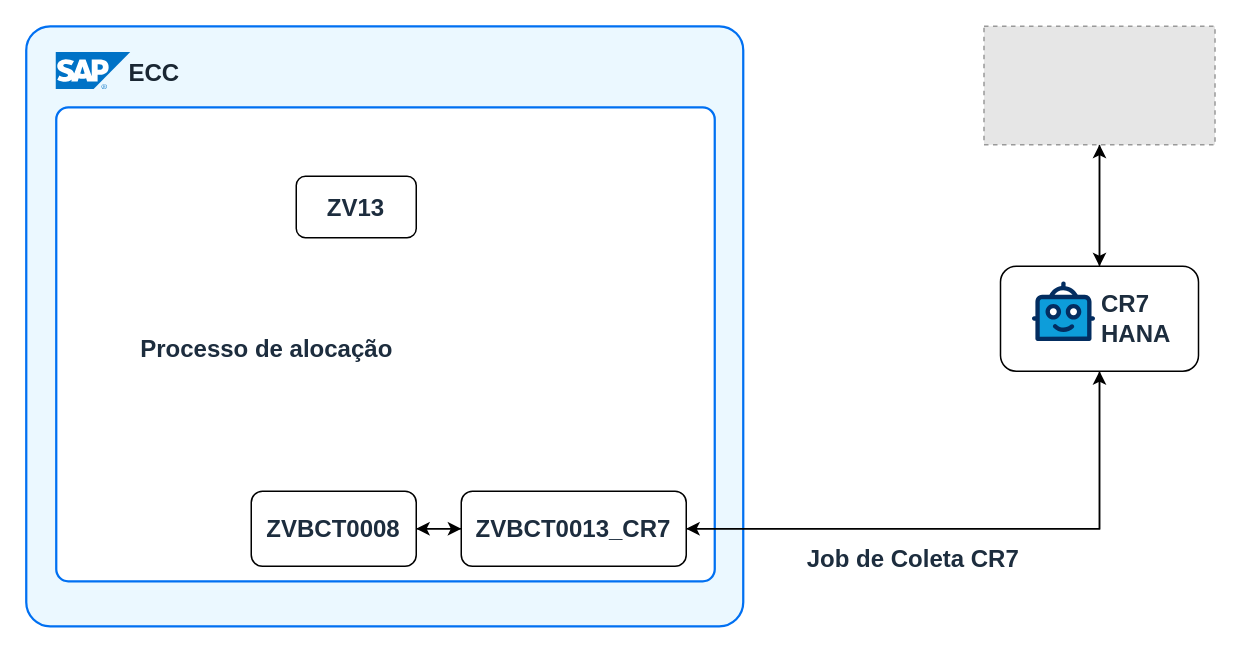
Above: Fluxo estoque peças CR7.drawio in gustavobferro/btp-solution-diagrams (draw.io), before the change. Source tidied: cells renumbered, new cells numbered last; positions are measured from the earlier drawing's top-left corner, leaving out a move shared by most shapes. Both pictures are drawn from the tidied source at 150%, with x=0, y=0 at pixel (26, 26). Pictures stored in the file or linked from it are replaced by grey dashed boxes.
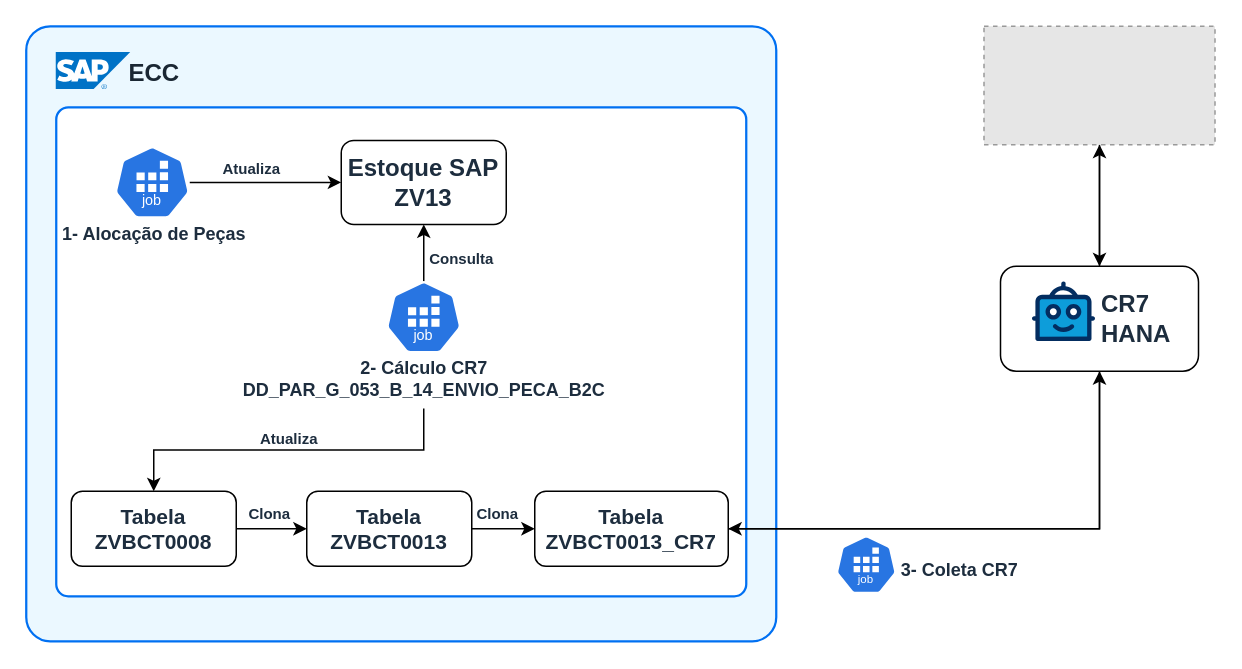
Above is the later version.

Diff of the diagram source:
```diff
@@
     <mxCell id="2" style="rounded=1;whiteSpace=wrap;html=1;strokeColor=#0070F2;fillColor=#EBF8FF;arcSize=32;absoluteArcSize=1;imageWidth=64;imageHeight=64;strokeWidth=1.5;" parent="1" vertex="1">
-      <mxGeometry width="478" height="400" as="geometry" />
+      <mxGeometry width="500" height="410" as="geometry" />
     </mxCell>
     <mxCell id="3" style="rounded=1;whiteSpace=wrap;html=1;strokeColor=#0070F2;strokeWidth=1.5;arcSize=16;fillColor=#FFFFFF;perimeterSpacing=0;absoluteArcSize=1;" parent="1" vertex="1">
-      <mxGeometry x="20" y="54.1" width="439" height="315.9" as="geometry" />
+      <mxGeometry x="20" y="54.1" width="460" height="325.9" as="geometry" />
     </mxCell>
@@
-    <mxCell id="14" style="edgeStyle=orthogonalEdgeStyle;rounded=0;jettySize=auto;html=1;" parent="1" edge="1" source="15" target="19">
-      <mxGeometry relative="1" as="geometry" />
-    </mxCell>
-    <mxCell id="15" value="&lt;b style=&quot;color: rgb(29, 45, 62); font-family: arial; font-size: 16px; text-align: left; text-wrap: nowrap;&quot;&gt;ZVBCT0013_CR7&lt;/b&gt;" style="rounded=1;whiteSpace=wrap;html=1;" parent="1" vertex="1">
-      <mxGeometry x="290" y="310" width="150" height="50" as="geometry" />
+    <mxCell id="15" value="&lt;div style=&quot;font-size: 14px;&quot;&gt;&lt;b style=&quot;color: rgb(29, 45, 62); font-family: arial; text-align: left; text-wrap: nowrap;&quot;&gt;&lt;font style=&quot;font-size: 14px;&quot;&gt;Tabela&lt;/font&gt;&lt;/b&gt;&lt;/div&gt;&lt;b style=&quot;color: rgb(29, 45, 62); font-family: arial; text-align: left; text-wrap: nowrap; font-size: 14px;&quot;&gt;&lt;font style=&quot;font-size: 14px;&quot;&gt;ZVBCT0013_CR7&lt;/font&gt;&lt;/b&gt;" style="rounded=1;whiteSpace=wrap;html=1;" parent="1" vertex="1">
+      <mxGeometry x="339" y="310" width="129" height="50" as="geometry" />
     </mxCell>
-    <mxCell id="16" value="&lt;font size=&quot;1&quot; face=&quot;arial&quot; style=&quot;&quot;&gt;&lt;b style=&quot;font-size: 16px;&quot;&gt;Job de Coleta CR7&lt;/b&gt;&lt;/font&gt;" style="text;html=1;align=center;verticalAlign=middle;strokeColor=none;fillColor=none;fontSize=12;fontColor=#1D2D3E;fontFamily=Helvetica;" parent="1" vertex="1">
-      <mxGeometry x="510.5" y="340" width="160" height="30" as="geometry" />
+    <mxCell id="16" value="&lt;font size=&quot;1&quot; face=&quot;arial&quot; style=&quot;&quot;&gt;&lt;b style=&quot;font-size: 12px;&quot;&gt;3- Coleta CR7&lt;/b&gt;&lt;/font&gt;" style="text;html=1;align=center;verticalAlign=middle;strokeColor=none;fillColor=none;fontSize=12;fontColor=#1D2D3E;fontFamily=Helvetica;" parent="1" vertex="1">
+      <mxGeometry x="571.5" y="348.2" width="100" height="30" as="geometry" />
     </mxCell>
-    <mxCell id="17" value="&lt;b style=&quot;text-wrap: nowrap; color: rgb(29, 45, 62); font-family: arial; font-size: 16px; text-align: left;&quot;&gt;ZV13&lt;/b&gt;" style="rounded=1;whiteSpace=wrap;html=1;" parent="1" vertex="1">
-      <mxGeometry x="180" y="100" width="80" height="41" as="geometry" />
+    <mxCell id="17" value="&lt;div&gt;&lt;b style=&quot;text-wrap: nowrap; color: rgb(29, 45, 62); font-family: arial; font-size: 16px; text-align: left;&quot;&gt;Estoque SAP&lt;br&gt;ZV13&lt;/b&gt;&lt;b style=&quot;text-wrap: nowrap; color: rgb(29, 45, 62); font-family: arial; font-size: 16px; text-align: left;&quot;&gt;&lt;br&gt;&lt;/b&gt;&lt;/div&gt;" style="rounded=1;whiteSpace=wrap;html=1;" parent="1" vertex="1">
+      <mxGeometry x="210" y="76.1" width="110" height="56" as="geometry" />
     </mxCell>
-    <mxCell id="18" style="edgeStyle=orthogonalEdgeStyle;rounded=0;jettySize=auto;html=1;" parent="1" edge="1" source="19" target="15">
-      <mxGeometry relative="1" as="geometry" />
-    </mxCell>
+    <mxCell id="21" style="edgeStyle=orthogonalEdgeStyle;rounded=0;jettySize=auto;html=1;" parent="1" edge="1" source="19" target="35">
+      <mxGeometry relative="1" as="geometry" />
+    </mxCell>
-    <mxCell id="19" value="&lt;b style=&quot;text-wrap: nowrap; color: rgb(29, 45, 62); font-family: arial; font-size: 16px; text-align: left;&quot;&gt;ZVBCT0008&lt;/b&gt;" style="rounded=1;whiteSpace=wrap;html=1;" parent="1" vertex="1">
-      <mxGeometry x="150" y="310" width="110" height="50" as="geometry" />
+    <mxCell id="19" value="&lt;b style=&quot;text-wrap: nowrap; color: rgb(29, 45, 62); font-family: arial; font-size: 14px; text-align: left;&quot;&gt;Tabela&lt;br&gt;ZVBCT0008&lt;/b&gt;" style="rounded=1;whiteSpace=wrap;html=1;" parent="1" vertex="1">
+      <mxGeometry x="30" y="310" width="110" height="50" as="geometry" />
     </mxCell>
-    <mxCell id="20" value="&lt;font face=&quot;arial&quot;&gt;&lt;span style=&quot;font-size: 16px;&quot;&gt;&lt;b&gt;Processo de alocação&lt;/b&gt;&lt;/span&gt;&lt;/font&gt;" style="text;html=1;align=center;verticalAlign=middle;strokeColor=none;fillColor=none;fontSize=12;fontColor=#1D2D3E;fontFamily=Helvetica;" parent="1" vertex="1">
-      <mxGeometry x="65" y="200" width="190" height="30" as="geometry" />
-    </mxCell>
+    <mxCell id="22" style="sketch=0;html=1;dashed=0;whitespace=wrap;verticalLabelPosition=bottom;verticalAlign=top;fillColor=#2875E2;strokeColor=#ffffff;shape=mxgraph.kubernetes.icon2;kubernetesLabel=1;prIcon=job;" parent="1" vertex="1">
+      <mxGeometry x="540" y="339.8" width="40" height="38.4" as="geometry" />
+    </mxCell>
+    <mxCell id="23" style="edgeStyle=orthogonalEdgeStyle;rounded=0;jettySize=auto;html=1;entryX=0.5;entryY=1;entryDx=0;entryDy=0;" parent="1" edge="1" source="24" target="17">
+      <mxGeometry relative="1" as="geometry" />
+    </mxCell>
+    <mxCell id="24" style="sketch=0;html=1;dashed=0;whitespace=wrap;verticalLabelPosition=bottom;verticalAlign=top;fillColor=#2875E2;strokeColor=#ffffff;points=[[0.005,0.63,0],[0.1,0.2,0],[0.9,0.2,0],[0.5,0,0],[0.995,0.63,0],[0.72,0.99,0],[0.5,1,0],[0.28,0.99,0]];shape=mxgraph.kubernetes.icon2;kubernetesLabel=1;prIcon=job;" parent="1" vertex="1">
+      <mxGeometry x="240" y="170" width="50" height="48" as="geometry" />
+    </mxCell>
+    <mxCell id="25" style="edgeStyle=orthogonalEdgeStyle;rounded=0;jettySize=auto;html=1;entryX=0.5;entryY=0;entryDx=0;entryDy=0;" parent="1" edge="1" source="26" target="19">
+      <mxGeometry relative="1" as="geometry" />
+    </mxCell>
+    <mxCell id="26" value="&lt;font face=&quot;arial&quot;&gt;&lt;span style=&quot;&quot;&gt;&lt;b&gt;2- Cálculo CR7&lt;br&gt;DD_PAR_G_053_B_14_ENVIO_PECA_B2C&lt;/b&gt;&lt;/span&gt;&lt;/font&gt;" style="text;html=1;align=center;verticalAlign=middle;points=[];strokeColor=none;fillColor=none;fontSize=12;fontColor=#1D2D3E;fontFamily=Helvetica;" parent="1" vertex="1">
+      <mxGeometry x="135" y="214.9" width="260" height="40" as="geometry" />
+    </mxCell>
+    <mxCell id="27" value="&lt;font size=&quot;1&quot; face=&quot;arial&quot;&gt;&lt;b&gt;Clona&lt;/b&gt;&lt;/font&gt;" style="text;html=1;align=center;verticalAlign=middle;strokeColor=none;fillColor=none;fontSize=12;fontColor=#1D2D3E;fontFamily=Helvetica;" parent="1" vertex="1">
+      <mxGeometry x="137" y="310" width="50" height="30" as="geometry" />
+    </mxCell>
+    <mxCell id="28" value="&lt;font size=&quot;1&quot; face=&quot;arial&quot; style=&quot;&quot;&gt;&lt;b style=&quot;&quot;&gt;Atualiza&lt;/b&gt;&lt;/font&gt;" style="text;html=1;align=center;verticalAlign=middle;strokeColor=none;fillColor=none;fontSize=12;fontColor=#1D2D3E;fontFamily=Helvetica;" parent="1" vertex="1">
+      <mxGeometry x="145" y="260" width="60" height="30" as="geometry" />
+    </mxCell>
+    <mxCell id="29" style="edgeStyle=orthogonalEdgeStyle;rounded=0;jettySize=auto;html=1;entryX=0;entryY=0.5;entryDx=0;entryDy=0;" parent="1" edge="1" source="30" target="17">
+      <mxGeometry relative="1" as="geometry" />
+    </mxCell>
+    <mxCell id="30" style="sketch=0;html=1;dashed=0;whitespace=wrap;verticalLabelPosition=bottom;verticalAlign=top;fillColor=#2875E2;strokeColor=#ffffff;points=[[0.005,0.63,0],[0.1,0.2,0],[0.9,0.2,0],[0.5,0,0],[0.995,0.63,0],[0.72,0.99,0],[0.5,1,0],[0.28,0.99,0]];shape=mxgraph.kubernetes.icon2;kubernetesLabel=1;prIcon=job;" parent="1" vertex="1">
+      <mxGeometry x="59" y="80.1" width="50" height="48" as="geometry" />
+    </mxCell>
+    <mxCell id="31" value="&lt;font face=&quot;arial&quot;&gt;&lt;b&gt;1- Alocação de Peças&lt;/b&gt;&lt;/font&gt;" style="text;html=1;align=center;verticalAlign=middle;strokeColor=none;fillColor=none;fontSize=12;fontColor=#1D2D3E;fontFamily=Helvetica;" parent="1" vertex="1">
+      <mxGeometry x="10" y="124" width="150" height="30" as="geometry" />
+    </mxCell>
+    <mxCell id="32" value="&lt;font size=&quot;1&quot; face=&quot;arial&quot; style=&quot;&quot;&gt;&lt;b style=&quot;&quot;&gt;Atualiza&lt;/b&gt;&lt;/font&gt;" style="text;html=1;align=center;verticalAlign=middle;strokeColor=none;fillColor=none;fontSize=12;fontColor=#1D2D3E;fontFamily=Helvetica;" parent="1" vertex="1">
+      <mxGeometry x="120" y="80.1" width="60" height="30" as="geometry" />
+    </mxCell>
+    <mxCell id="33" value="&lt;font size=&quot;1&quot; face=&quot;arial&quot;&gt;&lt;b&gt;Consulta&lt;/b&gt;&lt;/font&gt;" style="text;html=1;align=center;verticalAlign=middle;strokeColor=none;fillColor=none;fontSize=12;fontColor=#1D2D3E;fontFamily=Helvetica;" parent="1" vertex="1">
+      <mxGeometry x="255" y="140" width="70" height="30" as="geometry" />
+    </mxCell>
+    <mxCell id="34" style="edgeStyle=orthogonalEdgeStyle;rounded=0;jettySize=auto;html=1;" parent="1" edge="1" source="35" target="15">
+      <mxGeometry relative="1" as="geometry" />
+    </mxCell>
+    <mxCell id="35" value="&lt;div style=&quot;font-size: 14px;&quot;&gt;&lt;b style=&quot;color: rgb(29, 45, 62); font-family: arial; text-align: left; text-wrap: nowrap;&quot;&gt;&lt;font style=&quot;font-size: 14px;&quot;&gt;Tabela&lt;/font&gt;&lt;/b&gt;&lt;/div&gt;&lt;b style=&quot;color: rgb(29, 45, 62); font-family: arial; text-align: left; text-wrap: nowrap; font-size: 14px;&quot;&gt;&lt;font style=&quot;font-size: 14px;&quot;&gt;ZVBCT0013&lt;/font&gt;&lt;/b&gt;" style="rounded=1;whiteSpace=wrap;html=1;" parent="1" vertex="1">
+      <mxGeometry x="187" y="310" width="110" height="50" as="geometry" />
+    </mxCell>
+    <mxCell id="36" value="&lt;font size=&quot;1&quot; face=&quot;arial&quot;&gt;&lt;b&gt;Clona&lt;/b&gt;&lt;/font&gt;" style="text;html=1;align=center;verticalAlign=middle;strokeColor=none;fillColor=none;fontSize=12;fontColor=#1D2D3E;fontFamily=Helvetica;" parent="1" vertex="1">
+      <mxGeometry x="289" y="310" width="50" height="30" as="geometry" />
+    </mxCell>
```
